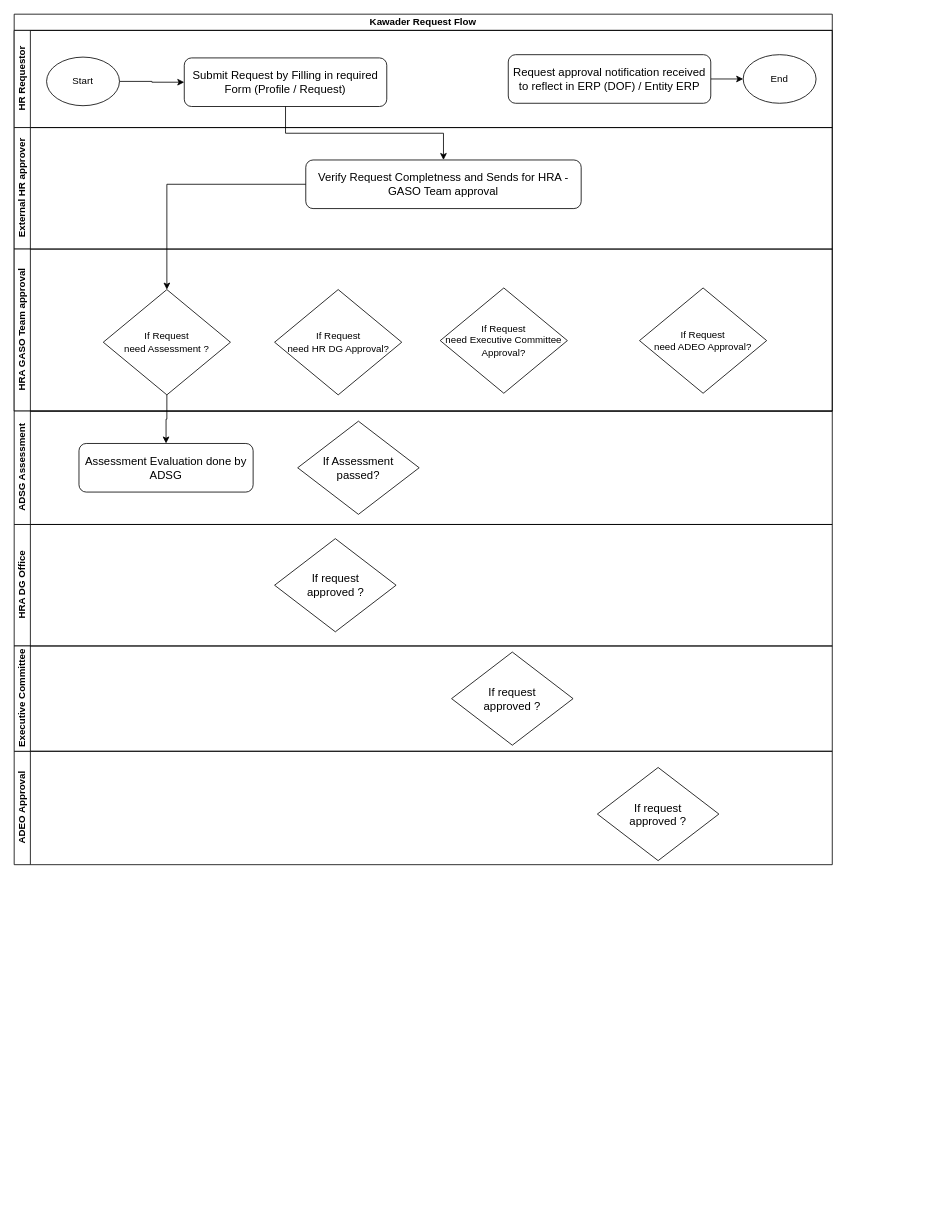
Before: Kawader.drawio in Adityacs001/snippet, a draw.io diagram. Source tidied: cells renumbered, new cells numbered last; positions are measured from the earlier drawing's top-left corner, leaving out a move shared by most shapes. Both pictures are drawn from the tidied source at 81%, with x=0, y=0 at pixel (14, 14).
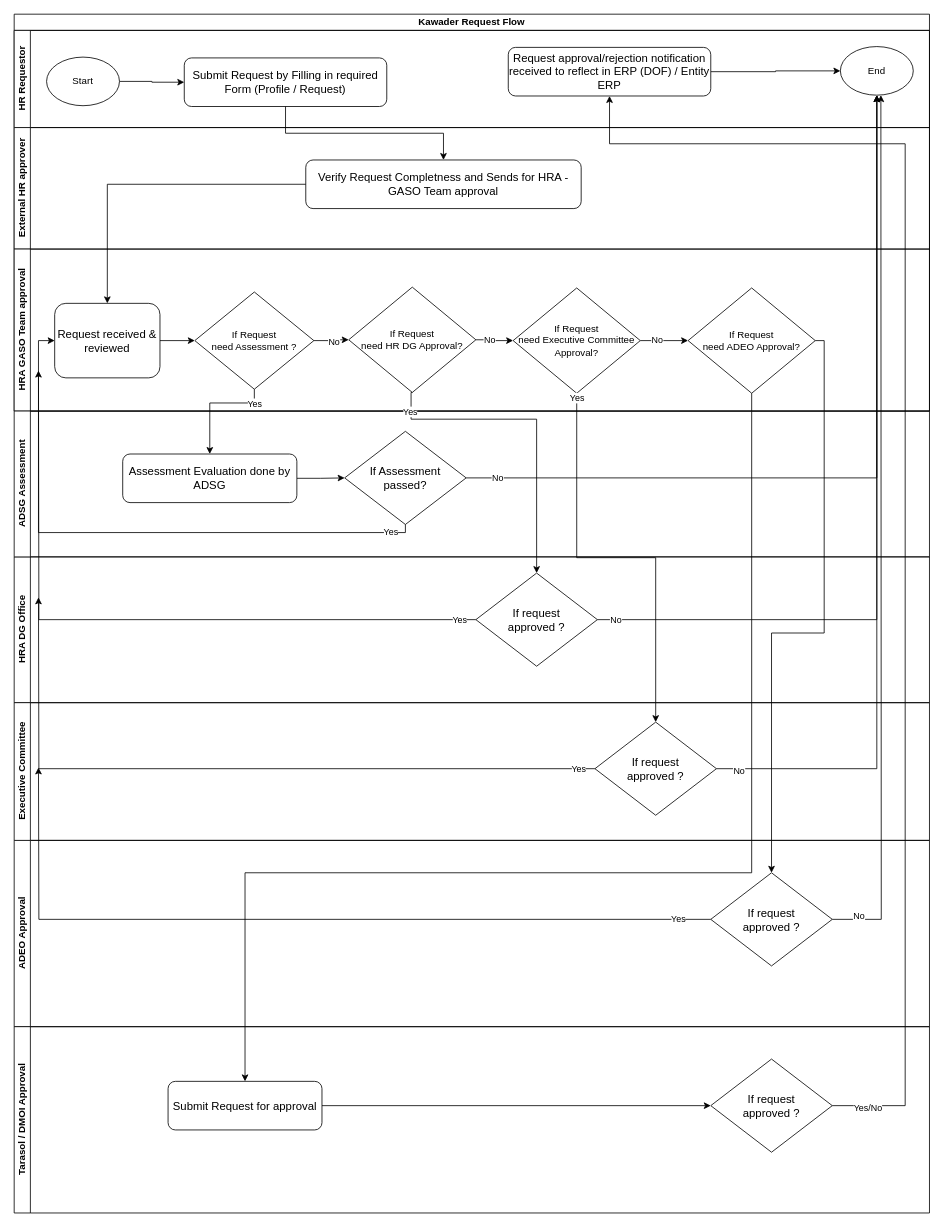
The same page after the edit.

The change refers to these unchanged cells:
```xml
<mxCell id="4" value="&lt;font style=&quot;font-size: 14px;&quot;&gt;Submit Request by Filling in required Form (Profile / Request)&lt;/font&gt;" style="rounded=1;whiteSpace=wrap;html=1;" parent="3" vertex="1">
  <mxGeometry x="210" y="34" width="250" height="60" as="geometry" />
</mxCell>
<mxCell id="11" value="&lt;font style=&quot;font-size: 14px;&quot;&gt;Verify Request Completness and Sends for HRA - GASO Team approval&lt;/font&gt;" style="rounded=1;whiteSpace=wrap;html=1;" parent="10" vertex="1">
  <mxGeometry x="360" y="40" width="340" height="60" as="geometry" />
</mxCell>
```

What changed in the source:
```diff
@@
     <mxCell id="2" value="Kawader Request Flow" style="swimlane;html=1;horizontal=1;startSize=20;whiteSpace=wrap;" parent="1" vertex="1">
-      <mxGeometry width="1010" height="490" as="geometry" />
+      <mxGeometry width="1130" height="490" as="geometry" />
     </mxCell>
     <mxCell id="3" value="HR Requestor" style="swimlane;html=1;startSize=20;horizontal=0;" parent="2" vertex="1">
-      <mxGeometry y="20" width="1010" height="120" as="geometry" />
+      <mxGeometry y="20" width="1130" height="120" as="geometry" />
     </mxCell>
@@
-    <mxCell id="6" value="&lt;font style=&quot;font-size: 14px;&quot;&gt;Request approval notification received to reflect in ERP (DOF) / Entity ERP&lt;/font&gt;" style="rounded=1;whiteSpace=wrap;html=1;" parent="3" vertex="1">
-      <mxGeometry x="610" y="30" width="250" height="60" as="geometry" />
+    <mxCell id="6" value="&lt;font style=&quot;font-size: 14px;&quot;&gt;Request approval/rejection notification received to reflect in ERP (DOF) / Entity ERP&lt;/font&gt;" style="rounded=1;whiteSpace=wrap;html=1;" parent="3" vertex="1">
+      <mxGeometry x="610" y="21" width="250" height="60" as="geometry" />
     </mxCell>
     <mxCell id="7" value="End" style="ellipse;whiteSpace=wrap;html=1;" parent="3" vertex="1">
-      <mxGeometry x="900" y="30" width="90" height="60" as="geometry" />
+      <mxGeometry x="1020" y="20" width="90" height="60" as="geometry" />
     </mxCell>
@@
     <mxCell id="10" value="External HR approver" style="swimlane;html=1;startSize=20;horizontal=0;" parent="2" vertex="1">
-      <mxGeometry y="140" width="1010" height="150" as="geometry" />
+      <mxGeometry y="140" width="1130" height="150" as="geometry" />
     </mxCell>
@@
+    <mxCell id="17" style="edgeStyle=orthogonalEdgeStyle;rounded=0;jettySize=auto;html=1;entryX=0.5;entryY=0;entryDx=0;entryDy=0;" parent="2" edge="1" source="4" target="11">
+      <mxGeometry relative="1" as="geometry" />
+    </mxCell>
+    <mxCell id="18" style="edgeStyle=orthogonalEdgeStyle;rounded=0;jettySize=auto;html=1;entryX=0.5;entryY=0;entryDx=0;entryDy=0;" parent="2" edge="1" source="11" target="36">
+      <mxGeometry relative="1" as="geometry" />
+    </mxCell>
     <mxCell id="12" value="HRA GASO Team approval" style="swimlane;html=1;startSize=20;horizontal=0;align=center;" parent="2" vertex="1">
-      <mxGeometry y="290" width="1010" height="200" as="geometry" />
+      <mxGeometry y="290" width="1130" height="200" as="geometry" />
     </mxCell>
+    <mxCell id="29" style="edgeStyle=orthogonalEdgeStyle;rounded=0;jettySize=auto;html=1;entryX=0;entryY=0.5;entryDx=0;entryDy=0;" parent="12" edge="1" source="13" target="14">
+      <mxGeometry relative="1" as="geometry" />
+    </mxCell>
+    <mxCell id="30" value="No" style="edgeLabel;html=1;align=center;verticalAlign=middle;" parent="29" vertex="1">
+      <mxGeometry x="0.13" y="-2" relative="1" as="geometry" />
+    </mxCell>
     <mxCell id="13" value="If Request &lt;br&gt;need Assessment ?" style="rhombus;whiteSpace=wrap;html=1;" parent="12" vertex="1">
-      <mxGeometry x="110" y="50" width="157" height="130" as="geometry" />
+      <mxGeometry x="223" y="53" width="147" height="120" as="geometry" />
     </mxCell>
+    <mxCell id="31" style="edgeStyle=orthogonalEdgeStyle;rounded=0;jettySize=auto;html=1;entryX=0;entryY=0.5;entryDx=0;entryDy=0;" parent="12" edge="1" source="14" target="15">
+      <mxGeometry relative="1" as="geometry" />
+    </mxCell>
+    <mxCell id="32" value="No" style="edgeLabel;html=1;align=center;verticalAlign=middle;" parent="31" vertex="1">
+      <mxGeometry x="-0.33" relative="1" as="geometry" />
+    </mxCell>
     <mxCell id="14" value="If Request &lt;br&gt;need HR DG Approval?" style="rhombus;whiteSpace=wrap;html=1;" parent="12" vertex="1">
-      <mxGeometry x="321.5" y="50" width="157" height="130" as="geometry" />
+      <mxGeometry x="413" y="47" width="157" height="130" as="geometry" />
     </mxCell>
+    <mxCell id="33" style="edgeStyle=orthogonalEdgeStyle;rounded=0;jettySize=auto;html=1;" parent="12" edge="1" source="15" target="16">
+      <mxGeometry relative="1" as="geometry" />
+    </mxCell>
+    <mxCell id="34" value="No" style="edgeLabel;html=1;align=center;verticalAlign=middle;" parent="33" vertex="1">
+      <mxGeometry x="-0.33" y="1" relative="1" as="geometry" />
+    </mxCell>
     <mxCell id="15" value="If Request &lt;br&gt;need Executive Committee Approval?" style="rhombus;whiteSpace=wrap;html=1;" parent="12" vertex="1">
-      <mxGeometry x="526" y="48" width="157" height="130" as="geometry" />
+      <mxGeometry x="616" y="48" width="157" height="130" as="geometry" />
     </mxCell>
     <mxCell id="16" value="If Request &lt;br&gt;need ADEO Approval?" style="rhombus;whiteSpace=wrap;html=1;" parent="12" vertex="1">
-      <mxGeometry x="772" y="48" width="157" height="130" as="geometry" />
+      <mxGeometry x="832" y="48" width="157" height="130" as="geometry" />
     </mxCell>
-    <mxCell id="17" style="edgeStyle=orthogonalEdgeStyle;rounded=0;jettySize=auto;html=1;entryX=0.5;entryY=0;entryDx=0;entryDy=0;" parent="2" edge="1" source="4" target="11">
-      <mxGeometry relative="1" as="geometry" />
-    </mxCell>
-    <mxCell id="18" style="edgeStyle=orthogonalEdgeStyle;rounded=0;jettySize=auto;html=1;entryX=0.5;entryY=0;entryDx=0;entryDy=0;" parent="2" edge="1" source="11" target="13">
-      <mxGeometry relative="1" as="geometry" />
-    </mxCell>
+    <mxCell id="35" style="edgeStyle=orthogonalEdgeStyle;rounded=0;jettySize=auto;html=1;entryX=0;entryY=0.5;entryDx=0;entryDy=0;" parent="12" edge="1" source="36" target="13">
+      <mxGeometry relative="1" as="geometry" />
+    </mxCell>
+    <mxCell id="36" value="&lt;font style=&quot;font-size: 14px;&quot;&gt;Request received &amp;amp; reviewed&lt;/font&gt;" style="rounded=1;whiteSpace=wrap;html=1;" parent="12" vertex="1">
+      <mxGeometry x="50" y="67" width="130" height="92" as="geometry" />
+    </mxCell>
     <mxCell id="19" value="HRA DG Office" style="swimlane;html=1;startSize=20;horizontal=0;" parent="1" vertex="1">
-      <mxGeometry y="630" width="1010" height="150" as="geometry" />
+      <mxGeometry y="670" width="1130" height="180" as="geometry" />
     </mxCell>
+    <mxCell id="37" style="edgeStyle=orthogonalEdgeStyle;rounded=0;jettySize=auto;html=1;" parent="19" edge="1" source="20">
+      <mxGeometry relative="1" as="geometry">
+        <mxPoint x="30" y="-230" as="targetPoint" />
+      </mxGeometry>
+    </mxCell>
+    <mxCell id="38" value="Yes" style="edgeLabel;html=1;align=center;verticalAlign=middle;" parent="37" vertex="1">
+      <mxGeometry x="-0.84" y="2" relative="1" as="geometry">
+        <mxPoint x="47" y="-2" as="offset" />
+      </mxGeometry>
+    </mxCell>
     <mxCell id="20" value="&lt;font style=&quot;font-size: 14px;&quot;&gt;If request &lt;br&gt;approved ?&lt;/font&gt;" style="rhombus;whiteSpace=wrap;html=1;" parent="19" vertex="1">
-      <mxGeometry x="321.5" y="17.5" width="150" height="115" as="geometry" />
+      <mxGeometry x="570" y="20" width="150" height="115" as="geometry" />
     </mxCell>
     <mxCell id="21" value="ADEO Approval" style="swimlane;html=1;startSize=20;horizontal=0;" parent="1" vertex="1">
-      <mxGeometry y="910" width="1010" height="140" as="geometry" />
+      <mxGeometry y="1020" width="1130" height="230" as="geometry" />
     </mxCell>
+    <mxCell id="39" style="edgeStyle=orthogonalEdgeStyle;rounded=0;jettySize=auto;html=1;" parent="21" edge="1" source="22">
+      <mxGeometry relative="1" as="geometry">
+        <mxPoint x="30" y="-90" as="targetPoint" />
+      </mxGeometry>
+    </mxCell>
+    <mxCell id="40" value="Yes" style="edgeLabel;html=1;align=center;verticalAlign=middle;" parent="39" vertex="1">
+      <mxGeometry x="-0.92" y="-1" relative="1" as="geometry" />
+    </mxCell>
+    <mxCell id="41" style="edgeStyle=orthogonalEdgeStyle;rounded=0;jettySize=auto;html=1;" parent="21" edge="1" source="22">
+      <mxGeometry relative="1" as="geometry">
+        <mxPoint x="1070" y="-920" as="targetPoint" />
+      </mxGeometry>
+    </mxCell>
+    <mxCell id="42" value="No" style="edgeLabel;html=1;align=center;verticalAlign=middle;" parent="41" vertex="1">
+      <mxGeometry x="-0.94" y="4" relative="1" as="geometry" />
+    </mxCell>
     <mxCell id="22" value="&lt;font style=&quot;font-size: 14px;&quot;&gt;If request &lt;br&gt;approved ?&lt;/font&gt;" style="rhombus;whiteSpace=wrap;html=1;" parent="21" vertex="1">
-      <mxGeometry x="720" y="20" width="150" height="115" as="geometry" />
+      <mxGeometry x="860" y="40" width="150" height="115" as="geometry" />
     </mxCell>
     <mxCell id="23" value="ADSG Assessment" style="swimlane;html=1;startSize=20;horizontal=0;" parent="1" vertex="1">
-      <mxGeometry y="490" width="1010" height="140" as="geometry" />
+      <mxGeometry y="490" width="1130" height="180" as="geometry" />
     </mxCell>
     <mxCell id="24" value="&lt;font style=&quot;font-size: 14px;&quot;&gt;If Assessment &lt;br&gt;passed?&lt;/font&gt;" style="rhombus;whiteSpace=wrap;html=1;" parent="23" vertex="1">
-      <mxGeometry x="350" y="12.5" width="150" height="115" as="geometry" />
+      <mxGeometry x="408" y="25" width="150" height="115" as="geometry" />
     </mxCell>
+    <mxCell id="43" style="edgeStyle=orthogonalEdgeStyle;rounded=0;jettySize=auto;html=1;" parent="23" edge="1" source="25" target="24">
+      <mxGeometry relative="1" as="geometry" />
+    </mxCell>
     <mxCell id="25" value="&lt;font style=&quot;font-size: 14px;&quot;&gt;Assessment Evaluation done by ADSG&lt;/font&gt;" style="rounded=1;whiteSpace=wrap;html=1;" parent="23" vertex="1">
-      <mxGeometry x="80" y="40" width="215" height="60" as="geometry" />
+      <mxGeometry x="134" y="53" width="215" height="60" as="geometry" />
     </mxCell>
+    <mxCell id="28" style="edgeStyle=orthogonalEdgeStyle;rounded=0;jettySize=auto;html=1;entryX=0.5;entryY=0;entryDx=0;entryDy=0;" parent="1" edge="1" source="13" target="25">
+      <mxGeometry relative="1" as="geometry">
+        <Array as="points">
+          <mxPoint x="296" y="480" />
+          <mxPoint x="242" y="480" />
+        </Array>
+      </mxGeometry>
+    </mxCell>
+    <mxCell id="44" value="Yes" style="edgeLabel;html=1;align=center;verticalAlign=middle;" parent="28" vertex="1">
+      <mxGeometry x="0.01" y="-2" relative="1" as="geometry">
+        <mxPoint x="51" y="2" as="offset" />
+      </mxGeometry>
+    </mxCell>
+    <mxCell id="45" style="edgeStyle=orthogonalEdgeStyle;rounded=0;jettySize=auto;html=1;entryX=0;entryY=0.5;entryDx=0;entryDy=0;exitX=0.5;exitY=1;exitDx=0;exitDy=0;" parent="1" edge="1" source="24" target="36">
+      <mxGeometry relative="1" as="geometry">
+        <Array as="points">
+          <mxPoint x="483" y="640" />
+          <mxPoint x="30" y="640" />
+          <mxPoint x="30" y="403" />
+        </Array>
+      </mxGeometry>
+    </mxCell>
+    <mxCell id="46" value="Yes" style="edgeLabel;html=1;align=center;verticalAlign=middle;" parent="45" vertex="1">
+      <mxGeometry x="-0.92" relative="1" as="geometry">
+        <mxPoint y="-1" as="offset" />
+      </mxGeometry>
+    </mxCell>
     <mxCell id="26" value="Executive Committee" style="swimlane;html=1;startSize=20;horizontal=0;" parent="1" vertex="1">
-      <mxGeometry y="780" width="1010" height="130" as="geometry" />
+      <mxGeometry y="850" width="1130" height="170" as="geometry" />
     </mxCell>
+    <mxCell id="47" style="edgeStyle=orthogonalEdgeStyle;rounded=0;jettySize=auto;html=1;" parent="26" edge="1" source="27">
+      <mxGeometry relative="1" as="geometry">
+        <mxPoint x="30" y="-130" as="targetPoint" />
+      </mxGeometry>
+    </mxCell>
+    <mxCell id="48" value="Yes" style="edgeLabel;html=1;align=center;verticalAlign=middle;" parent="47" vertex="1">
+      <mxGeometry x="-0.8" y="-1" relative="1" as="geometry">
+        <mxPoint x="69" y="1" as="offset" />
+      </mxGeometry>
+    </mxCell>
     <mxCell id="27" value="&lt;font style=&quot;font-size: 14px;&quot;&gt;If request &lt;br&gt;approved ?&lt;/font&gt;" style="rhombus;whiteSpace=wrap;html=1;" parent="26" vertex="1">
-      <mxGeometry x="540" y="7.5" width="150" height="115" as="geometry" />
+      <mxGeometry x="717" y="24" width="150" height="115" as="geometry" />
     </mxCell>
-    <mxCell id="28" style="edgeStyle=orthogonalEdgeStyle;rounded=0;jettySize=auto;html=1;entryX=0.5;entryY=0;entryDx=0;entryDy=0;" parent="1" edge="1" source="13" target="25">
-      <mxGeometry relative="1" as="geometry" />
-    </mxCell>
+    <mxCell id="49" style="edgeStyle=orthogonalEdgeStyle;rounded=0;jettySize=auto;html=1;entryX=0.5;entryY=0;entryDx=0;entryDy=0;exitX=0.5;exitY=1;exitDx=0;exitDy=0;" parent="1" edge="1" source="14" target="20">
+      <mxGeometry relative="1" as="geometry">
+        <Array as="points">
+          <mxPoint x="490" y="467" />
+          <mxPoint x="490" y="500" />
+          <mxPoint x="645" y="500" />
+        </Array>
+      </mxGeometry>
+    </mxCell>
+    <mxCell id="50" value="Yes" style="edgeLabel;html=1;align=center;verticalAlign=middle;" parent="49" vertex="1">
+      <mxGeometry x="-0.87" y="-2" relative="1" as="geometry" />
+    </mxCell>
+    <mxCell id="51" style="edgeStyle=orthogonalEdgeStyle;rounded=0;jettySize=auto;html=1;entryX=0.5;entryY=0;entryDx=0;entryDy=0;" parent="1" edge="1" source="15" target="27">
+      <mxGeometry relative="1" as="geometry" />
+    </mxCell>
+    <mxCell id="52" value="Yes" style="edgeLabel;html=1;align=center;verticalAlign=middle;" parent="51" vertex="1">
+      <mxGeometry x="-0.69" y="2" relative="1" as="geometry">
+        <mxPoint x="-2" y="-73" as="offset" />
+      </mxGeometry>
+    </mxCell>
+    <mxCell id="53" style="edgeStyle=orthogonalEdgeStyle;rounded=0;jettySize=auto;html=1;entryX=0.5;entryY=0;entryDx=0;entryDy=0;exitX=1;exitY=0.5;exitDx=0;exitDy=0;" parent="1" edge="1" source="16" target="22">
+      <mxGeometry relative="1" as="geometry">
+        <Array as="points">
+          <mxPoint x="1000" y="403" />
+          <mxPoint x="1000" y="764" />
+          <mxPoint x="935" y="764" />
+        </Array>
+      </mxGeometry>
+    </mxCell>
+    <mxCell id="54" value="Tarasol / DMOI Approval" style="swimlane;html=1;startSize=20;horizontal=0;" parent="1" vertex="1">
+      <mxGeometry y="1250" width="1130" height="230" as="geometry" />
+    </mxCell>
+    <mxCell id="55" value="&lt;font style=&quot;font-size: 14px;&quot;&gt;If request &lt;br&gt;approved ?&lt;/font&gt;" style="rhombus;whiteSpace=wrap;html=1;" parent="54" vertex="1">
+      <mxGeometry x="860" y="40" width="150" height="115" as="geometry" />
+    </mxCell>
+    <mxCell id="56" style="edgeStyle=orthogonalEdgeStyle;rounded=0;jettySize=auto;html=1;entryX=0;entryY=0.5;entryDx=0;entryDy=0;" parent="54" edge="1" source="57" target="55">
+      <mxGeometry relative="1" as="geometry" />
+    </mxCell>
+    <mxCell id="57" value="&lt;font style=&quot;font-size: 14px;&quot;&gt;Submit Request for approval&lt;/font&gt;" style="rounded=1;whiteSpace=wrap;html=1;" parent="54" vertex="1">
+      <mxGeometry x="190" y="67.5" width="190" height="60" as="geometry" />
+    </mxCell>
+    <mxCell id="58" style="edgeStyle=orthogonalEdgeStyle;rounded=0;jettySize=auto;html=1;" parent="1" edge="1" source="16" target="57">
+      <mxGeometry relative="1" as="geometry">
+        <Array as="points">
+          <mxPoint x="910" y="1060" />
+          <mxPoint x="285" y="1060" />
+        </Array>
+      </mxGeometry>
+    </mxCell>
+    <mxCell id="59" style="edgeStyle=orthogonalEdgeStyle;rounded=0;jettySize=auto;html=1;entryX=0.5;entryY=1;entryDx=0;entryDy=0;" parent="1" edge="1" source="55" target="6">
+      <mxGeometry relative="1" as="geometry">
+        <Array as="points">
+          <mxPoint x="1100" y="1347" />
+          <mxPoint x="1100" y="160" />
+          <mxPoint x="735" y="160" />
+        </Array>
+      </mxGeometry>
+    </mxCell>
+    <mxCell id="60" value="Yes/No" style="edgeLabel;html=1;align=center;verticalAlign=middle;" parent="59" vertex="1">
+      <mxGeometry x="-0.95" y="-2" relative="1" as="geometry" />
+    </mxCell>
+    <mxCell id="61" style="edgeStyle=orthogonalEdgeStyle;rounded=0;jettySize=auto;html=1;entryX=0.5;entryY=1;entryDx=0;entryDy=0;" parent="1" edge="1" source="20" target="7">
+      <mxGeometry relative="1" as="geometry" />
+    </mxCell>
+    <mxCell id="62" value="No" style="edgeLabel;html=1;align=center;verticalAlign=middle;" parent="61" vertex="1">
+      <mxGeometry x="-0.79" y="-4" relative="1" as="geometry">
+        <mxPoint x="-82" y="-4" as="offset" />
+      </mxGeometry>
+    </mxCell>
+    <mxCell id="63" style="edgeStyle=orthogonalEdgeStyle;rounded=0;jettySize=auto;html=1;entryX=0.5;entryY=1;entryDx=0;entryDy=0;" parent="1" edge="1" source="27" target="7">
+      <mxGeometry relative="1" as="geometry" />
+    </mxCell>
+    <mxCell id="64" value="No" style="edgeLabel;html=1;align=center;verticalAlign=middle;" parent="63" vertex="1">
+      <mxGeometry x="-0.95" y="-3" relative="1" as="geometry">
+        <mxPoint x="1" as="offset" />
+      </mxGeometry>
+    </mxCell>
+    <mxCell id="65" style="edgeStyle=orthogonalEdgeStyle;rounded=0;jettySize=auto;html=1;entryX=0.5;entryY=1;entryDx=0;entryDy=0;" parent="1" edge="1" source="24" target="7">
+      <mxGeometry relative="1" as="geometry" />
+    </mxCell>
+    <mxCell id="66" value="No" style="edgeLabel;html=1;align=center;verticalAlign=middle;" parent="65" vertex="1">
+      <mxGeometry x="-0.92" relative="1" as="geometry">
+        <mxPoint x="-1" as="offset" />
+      </mxGeometry>
+    </mxCell>
```
